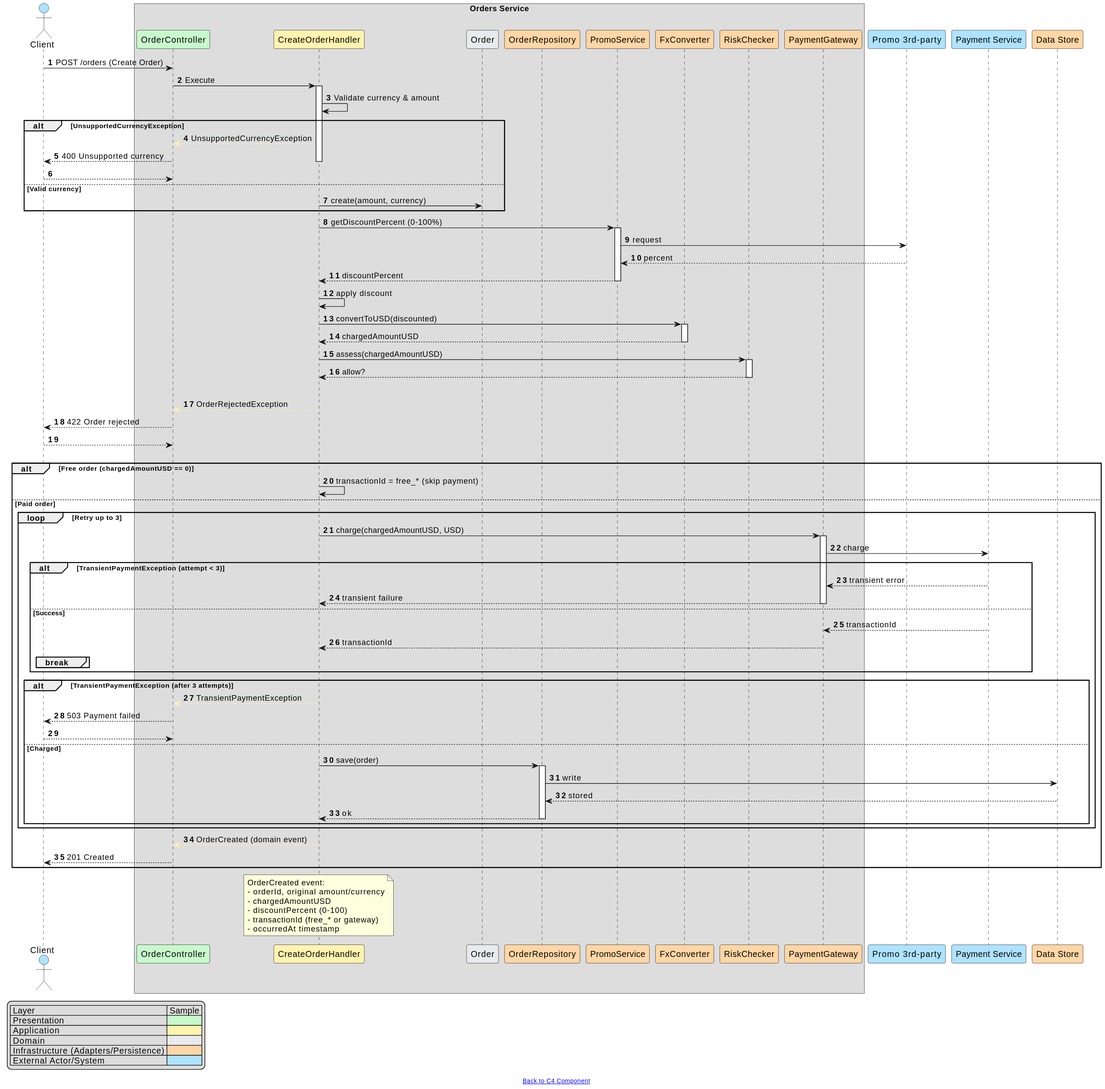
This is docs/sequence-create-order.svg from mundiir/meetup-2025-orders-service, a PlantUML export, as it was before one commit.
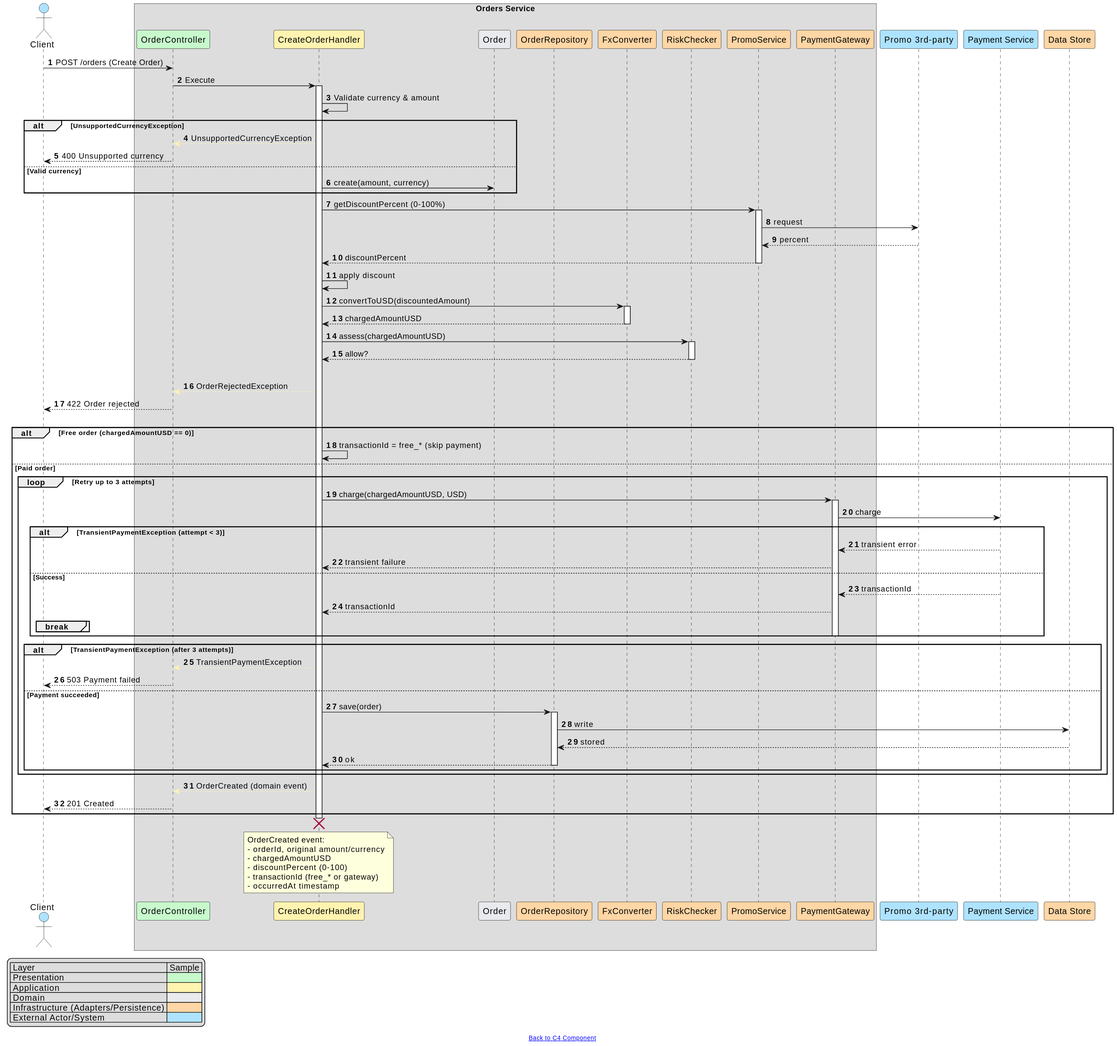
After the change.

The edit, as a diff of the source:
```diff
@@ -8,14 +8,14 @@
   participant CreateOrderHandler #FFF3B0
   participant Order #E8EAED
   participant OrderRepository #FFD6A5
-  participant PromoService #FFD6A5
   participant FxConverter #FFD6A5
   participant RiskChecker #FFD6A5
+  participant PromoService #FFD6A5
   participant PaymentGateway #FFD6A5
 end box
 
 participant "Promo 3rd‑party" as PromoAPI #AEE3FF
-participant "Payment Service" as PaySvc #AEE3FF
+participant "Payment Service" as PaymentAPI #AEE3FF
 participant "Data Store" as DataStore #FFD6A5
 
 Client -> OrderController: POST /orders (Create Order)
@@ -26,8 +26,6 @@
 alt UnsupportedCurrencyException
   CreateOrderHandler -[#FFF3B0]-> OrderController: UnsupportedCurrencyException
   OrderController --> Client: 400 Unsupported currency
-  deactivate CreateOrderHandler
-  return
 else Valid currency
   CreateOrderHandler -> Order: create(amount, currency)
 end
@@ -40,7 +38,7 @@
 deactivate PromoService
 CreateOrderHandler -> CreateOrderHandler: apply discount
 
-CreateOrderHandler -> FxConverter: convertToUSD(discounted)
+CreateOrderHandler -> FxConverter: convertToUSD(discountedAmount)
 activate FxConverter
 FxConverter --> CreateOrderHandler: chargedAmountUSD
 deactivate FxConverter
@@ -53,33 +51,28 @@
 alt OrderRejectedException
   CreateOrderHandler -[#FFF3B0]-> OrderController: OrderRejectedException
   OrderController --> Client: 422 Order rejected
-  deactivate CreateOrderHandler
-  return
 else Accepted
   alt Free order (chargedAmountUSD == 0)
     CreateOrderHandler -> CreateOrderHandler: transactionId = free_* (skip payment)
   else Paid order
-    loop Retry up to 3
+    loop Retry up to 3 attempts
       CreateOrderHandler -> PaymentGateway: charge(chargedAmountUSD, USD)
       activate PaymentGateway
-      PaymentGateway -> PaySvc: charge
+      PaymentGateway -> PaymentAPI: charge
       alt TransientPaymentException (attempt < 3)
-        PaySvc --> PaymentGateway: transient error
+        PaymentAPI --> PaymentGateway: transient error
         PaymentGateway --> CreateOrderHandler: transient failure
-        deactivate PaymentGateway
       else Success
-        PaySvc --> PaymentGateway: transactionId
+        PaymentAPI --> PaymentGateway: transactionId
         PaymentGateway --> CreateOrderHandler: transactionId
-        deactivate PaymentGateway
         break
       end
+      deactivate PaymentGateway
     end
     alt TransientPaymentException (after 3 attempts)
       CreateOrderHandler -[#FFF3B0]-> OrderController: TransientPaymentException
       OrderController --> Client: 503 Payment failed
-      deactivate CreateOrderHandler
-      return
-    else Charged
+    else Payment succeeded
       CreateOrderHandler -> OrderRepository: save(order)
       activate OrderRepository
       OrderRepository -> DataStore: write
@@ -92,6 +85,8 @@
   OrderController --> Client: 201 Created
 end
 
+destroy CreateOrderHandler
+
 note over CreateOrderHandler
 OrderCreated event:
 - orderId, original amount/currency
@@ -100,8 +95,6 @@
 - transactionId (free_* or gateway)
 - occurredAt timestamp
 end note
-
-autonumber stop
 
 legend left
   | Layer | Sample |
```
